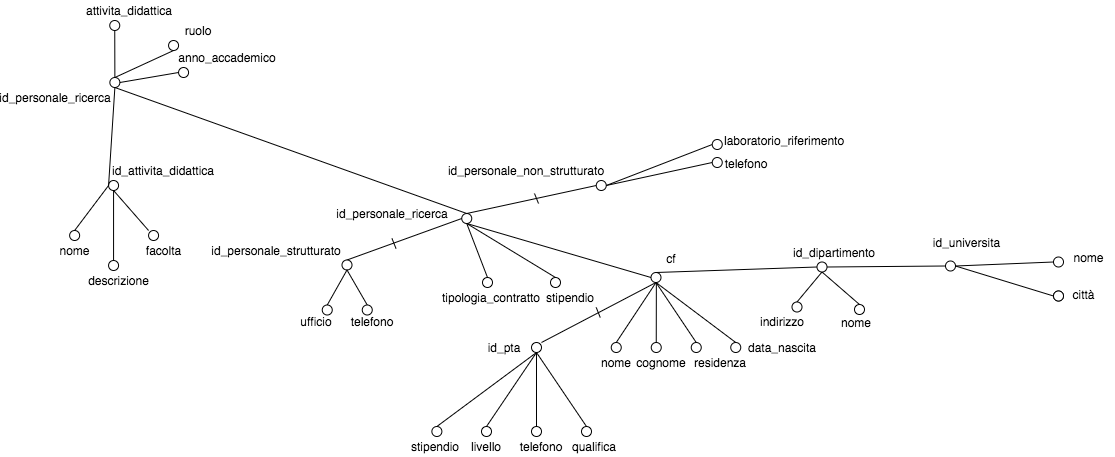
dariocurr/bdm_project keeps this draw.io diagram as res/attribute's_tree/mantiene/Mantiene.png. Above is the earlier version. Source tidied: cells renumbered, new cells last; positions are measured from the earlier drawing's top-left corner, leaving out a move shared by most shapes.
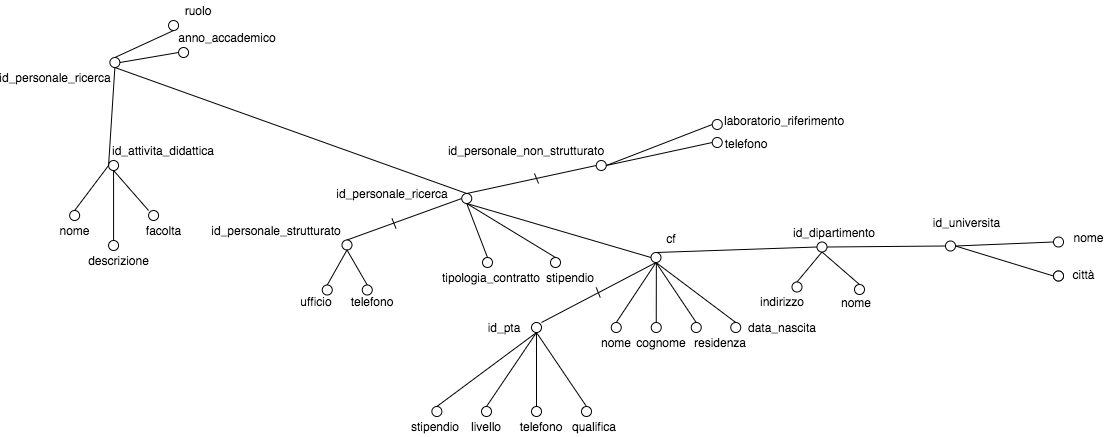
After the commit.

Commit message:
rimosso attributo attivita_didattica

Change to the diagram source:
```diff
@@ -8,21 +8,12 @@
     <mxCell id="3" value="id_personale_ricerca" style="text;html=1;strokeColor=none;fillColor=none;align=center;verticalAlign=middle;whiteSpace=wrap;rounded=0;" parent="1" vertex="1">
       <mxGeometry x="0.2" y="87" width="40" height="20" as="geometry" />
     </mxCell>
-    <mxCell id="4" style="edgeStyle=none;rounded=0;jettySize=auto;html=1;exitX=0.5;exitY=1;exitDx=0;exitDy=0;entryX=0.5;entryY=0;entryDx=0;entryDy=0;endArrow=none;endFill=0;" parent="1" edge="1" source="5" target="2">
-      <mxGeometry relative="1" as="geometry" />
-    </mxCell>
-    <mxCell id="5" style="shape=ellipse;html=1;flipV=1;" parent="1" vertex="1">
-      <mxGeometry x="74.2" y="20" width="10" height="10" as="geometry" />
-    </mxCell>
     <mxCell id="6" style="edgeStyle=none;rounded=0;jettySize=auto;html=1;exitX=0.5;exitY=1;exitDx=0;exitDy=0;entryX=0.5;entryY=0;entryDx=0;entryDy=0;endArrow=none;endFill=0;" parent="1" edge="1" source="7" target="2">
       <mxGeometry relative="1" as="geometry" />
     </mxCell>
     <mxCell id="7" style="shape=ellipse;html=1;flipV=1;" parent="1" vertex="1">
       <mxGeometry x="133.1" y="40" width="10" height="10" as="geometry" />
     </mxCell>
-    <mxCell id="8" value="attivita_didattica" style="text;html=1;align=center;verticalAlign=middle;whiteSpace=wrap;rounded=0;" parent="1" vertex="1">
-      <mxGeometry x="74.4" width="40" height="20" as="geometry" />
-    </mxCell>
     <mxCell id="9" value="ruolo" style="text;html=1;strokeColor=none;fillColor=none;align=center;verticalAlign=middle;whiteSpace=wrap;rounded=0;" parent="1" vertex="1">
       <mxGeometry x="143.1" y="20" width="40" height="20" as="geometry" />
     </mxCell>
```
